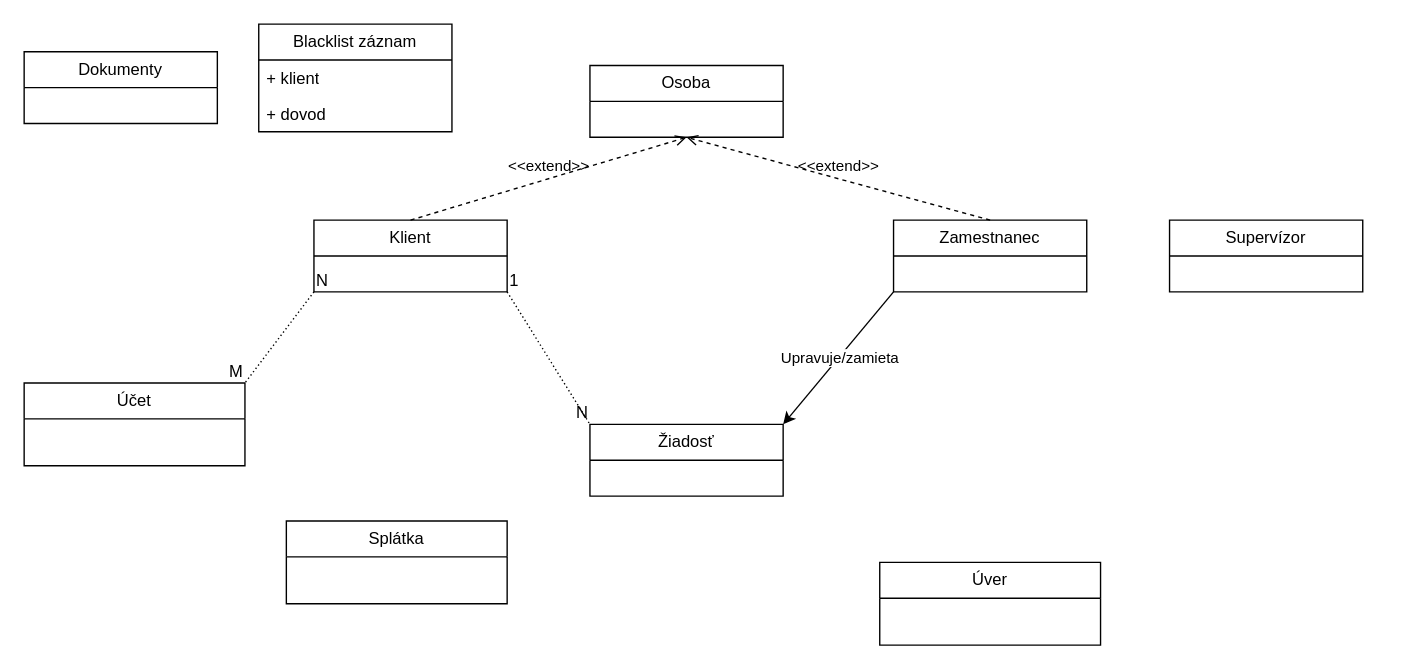
Earlier version of the draw.io diagram UML/ClassDiagram.drawio (KubkoFrano/VyvojVelkychAplikacii). Source tidied: cells renumbered, new cells numbered last; positions are measured from the earlier drawing's top-left corner, leaving out a move shared by most shapes. Both pictures are drawn from the tidied source at 138%, with x=0, y=0 at pixel (23, 23).
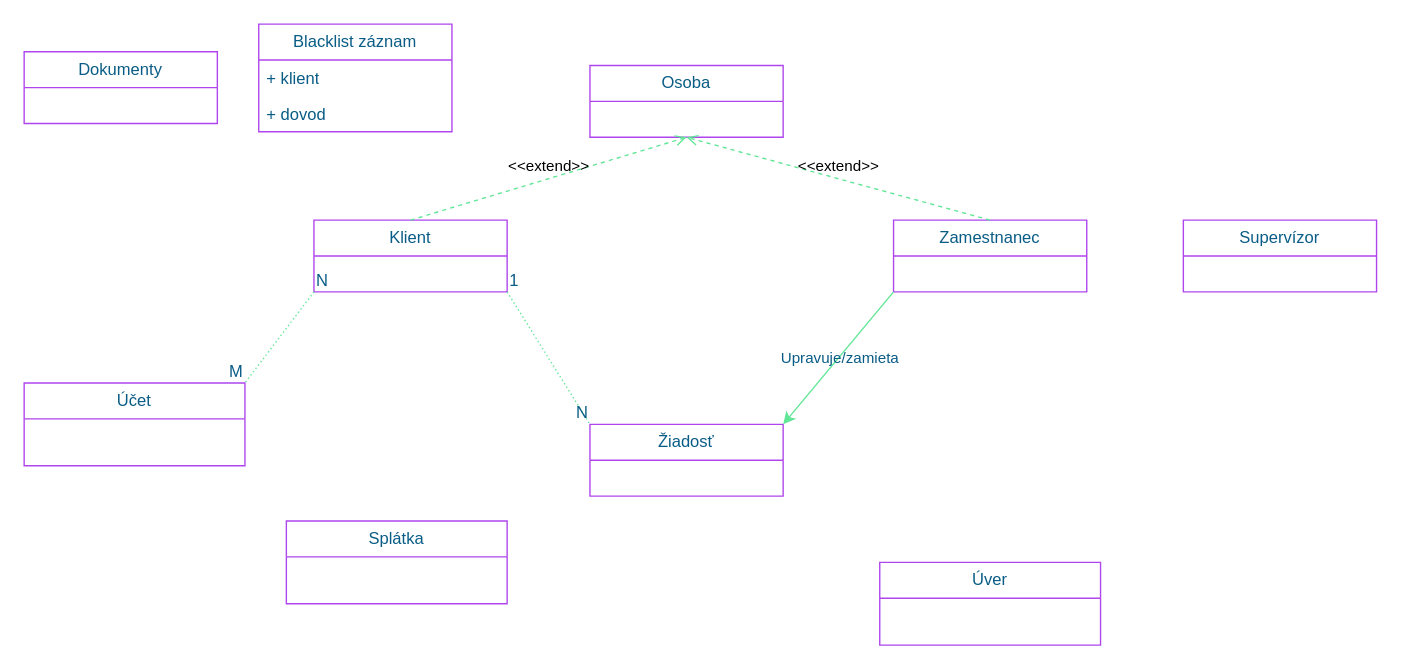
Above is the later version.

What changed in the source:
```diff
@@
-    <mxCell id="2" value="Klient" style="swimlane;fontStyle=0;horizontal=1;startSize=26;fillColor=none;whiteSpace=wrap;html=1;" parent="1" vertex="1">
+    <mxCell id="2" value="Klient" style="swimlane;fontStyle=0;horizontal=1;startSize=26;fillColor=none;whiteSpace=wrap;html=1;labelBackgroundColor=none;strokeColor=#AF45ED;fontColor=#095C86;" parent="1" vertex="1">
       <mxGeometry x="210" y="142" width="140" height="52" as="geometry" />
     </mxCell>
-    <mxCell id="3" value="Žiadosť" style="swimlane;fontStyle=0;horizontal=1;startSize=26;fillColor=none;whiteSpace=wrap;html=1;" parent="1" vertex="1">
+    <mxCell id="3" value="Žiadosť" style="swimlane;fontStyle=0;horizontal=1;startSize=26;fillColor=none;whiteSpace=wrap;html=1;labelBackgroundColor=none;strokeColor=#AF45ED;fontColor=#095C86;" parent="1" vertex="1">
       <mxGeometry x="410" y="290" width="140" height="52" as="geometry" />
     </mxCell>
-    <mxCell id="4" value="Dokumenty" style="swimlane;fontStyle=0;horizontal=1;startSize=26;fillColor=none;whiteSpace=wrap;html=1;" parent="1" vertex="1">
+    <mxCell id="4" value="Dokumenty" style="swimlane;fontStyle=0;horizontal=1;startSize=26;fillColor=none;whiteSpace=wrap;html=1;labelBackgroundColor=none;strokeColor=#AF45ED;fontColor=#095C86;" parent="1" vertex="1">
       <mxGeometry y="20" width="140" height="52" as="geometry" />
     </mxCell>
-    <mxCell id="5" value="Blacklist záznam" style="swimlane;fontStyle=0;horizontal=1;startSize=26;fillColor=none;whiteSpace=wrap;html=1;" parent="1" vertex="1">
+    <mxCell id="5" value="Blacklist záznam" style="swimlane;fontStyle=0;horizontal=1;startSize=26;fillColor=none;whiteSpace=wrap;html=1;labelBackgroundColor=none;strokeColor=#AF45ED;fontColor=#095C86;" parent="1" vertex="1">
       <mxGeometry x="170" width="140" height="78" as="geometry" />
     </mxCell>
-    <mxCell id="6" value="+ klient" style="text;strokeColor=none;fillColor=none;align=left;verticalAlign=top;spacingLeft=4;spacingRight=4;overflow=hidden;whiteSpace=wrap;html=1;" parent="5" vertex="1">
+    <mxCell id="6" value="+ klient" style="text;strokeColor=none;fillColor=none;align=left;verticalAlign=top;spacingLeft=4;spacingRight=4;overflow=hidden;whiteSpace=wrap;html=1;labelBackgroundColor=none;fontColor=#095C86;" parent="5" vertex="1">
       <mxGeometry y="26" width="140" height="26" as="geometry" />
     </mxCell>
-    <mxCell id="7" value="+ dovod" style="text;strokeColor=none;fillColor=none;align=left;verticalAlign=top;spacingLeft=4;spacingRight=4;overflow=hidden;whiteSpace=wrap;html=1;" parent="5" vertex="1">
+    <mxCell id="7" value="+ dovod" style="text;strokeColor=none;fillColor=none;align=left;verticalAlign=top;spacingLeft=4;spacingRight=4;overflow=hidden;whiteSpace=wrap;html=1;labelBackgroundColor=none;fontColor=#095C86;" parent="5" vertex="1">
       <mxGeometry y="52" width="140" height="26" as="geometry" />
     </mxCell>
-    <mxCell id="8" value="Zamestnanec" style="swimlane;fontStyle=0;horizontal=1;startSize=26;fillColor=none;whiteSpace=wrap;html=1;" parent="1" vertex="1">
+    <mxCell id="8" value="Zamestnanec" style="swimlane;fontStyle=0;horizontal=1;startSize=26;fillColor=none;whiteSpace=wrap;html=1;labelBackgroundColor=none;strokeColor=#AF45ED;fontColor=#095C86;" parent="1" vertex="1">
       <mxGeometry x="630" y="142" width="140" height="52" as="geometry" />
     </mxCell>
-    <mxCell id="9" value="Osoba" style="swimlane;fontStyle=0;horizontal=1;startSize=26;fillColor=none;whiteSpace=wrap;html=1;" parent="1" vertex="1">
+    <mxCell id="9" value="Osoba" style="swimlane;fontStyle=0;horizontal=1;startSize=26;fillColor=none;whiteSpace=wrap;html=1;labelBackgroundColor=none;strokeColor=#AF45ED;fontColor=#095C86;" parent="1" vertex="1">
       <mxGeometry x="410" y="30" width="140" height="52" as="geometry" />
     </mxCell>
-    <mxCell id="10" value="&amp;lt;&amp;lt;extend&amp;gt;&amp;gt;" style="html=1;verticalAlign=bottom;labelBackgroundColor=none;endArrow=open;endFill=0;dashed=1;rounded=0;exitX=0.5;exitY=0;exitDx=0;exitDy=0;entryX=0.5;entryY=1;entryDx=0;entryDy=0;" parent="1" edge="1" source="2" target="9">
+    <mxCell id="10" value="&amp;lt;&amp;lt;extend&amp;gt;&amp;gt;" style="html=1;verticalAlign=bottom;labelBackgroundColor=none;endArrow=open;endFill=0;dashed=1;rounded=0;exitX=0.5;exitY=0;exitDx=0;exitDy=0;entryX=0.5;entryY=1;entryDx=0;entryDy=0;strokeColor=#60E696;fontColor=default;" parent="1" edge="1" source="2" target="9">
       <mxGeometry relative="1" as="geometry" />
     </mxCell>
-    <mxCell id="11" value="&amp;lt;&amp;lt;extend&amp;gt;&amp;gt;" style="html=1;verticalAlign=bottom;labelBackgroundColor=none;endArrow=open;endFill=0;dashed=1;rounded=0;exitX=0.5;exitY=0;exitDx=0;exitDy=0;" parent="1" edge="1" source="8">
+    <mxCell id="11" value="&amp;lt;&amp;lt;extend&amp;gt;&amp;gt;" style="html=1;verticalAlign=bottom;labelBackgroundColor=none;endArrow=open;endFill=0;dashed=1;rounded=0;exitX=0.5;exitY=0;exitDx=0;exitDy=0;strokeColor=#60E696;fontColor=default;" parent="1" edge="1" source="8">
       <mxGeometry relative="1" as="geometry">
         <mxPoint x="480" y="82" as="targetPoint" />
       </mxGeometry>
     </mxCell>
-    <mxCell id="12" style="endArrow=none;html=1;rounded=0;dashed=1;dashPattern=1 2;entryX=0;entryY=0;entryDx=0;entryDy=0;exitX=1;exitY=1;exitDx=0;exitDy=0;" parent="1" edge="1" source="2" target="3">
+    <mxCell id="12" style="endArrow=none;html=1;rounded=0;dashed=1;dashPattern=1 2;entryX=0;entryY=0;entryDx=0;entryDy=0;exitX=1;exitY=1;exitDx=0;exitDy=0;labelBackgroundColor=none;strokeColor=#60E696;fontColor=default;" parent="1" edge="1" source="2" target="3">
       <mxGeometry relative="1" as="geometry" />
     </mxCell>
-    <mxCell id="13" value="1" style="html=1;whiteSpace=wrap;align=left;verticalAlign=bottom;" parent="12" vertex="1">
+    <mxCell id="13" value="1" style="html=1;whiteSpace=wrap;align=left;verticalAlign=bottom;labelBackgroundColor=none;fillColor=#F694C1;strokeColor=#AF45ED;fontColor=#095C86;" parent="12" vertex="1">
       <mxGeometry x="-1" relative="1" as="geometry" />
     </mxCell>
-    <mxCell id="14" value="N" style="html=1;whiteSpace=wrap;align=right;verticalAlign=bottom;" parent="12" vertex="1">
+    <mxCell id="14" value="N" style="html=1;whiteSpace=wrap;align=right;verticalAlign=bottom;labelBackgroundColor=none;fillColor=#F694C1;strokeColor=#AF45ED;fontColor=#095C86;" parent="12" vertex="1">
       <mxGeometry x="1" relative="1" as="geometry" />
     </mxCell>
-    <mxCell id="15" style="endArrow=classic;html=1;rounded=0;exitX=0;exitY=1;exitDx=0;exitDy=0;entryX=1;entryY=0;entryDx=0;entryDy=0;" parent="1" edge="1" source="8" target="3">
+    <mxCell id="15" style="endArrow=classic;html=1;rounded=0;exitX=0;exitY=1;exitDx=0;exitDy=0;entryX=1;entryY=0;entryDx=0;entryDy=0;labelBackgroundColor=none;strokeColor=#60E696;fontColor=default;" parent="1" edge="1" source="8" target="3">
       <mxGeometry relative="1" as="geometry" />
     </mxCell>
-    <mxCell id="16" value="Upravuje/zamieta" style="edgeLabel;html=1;align=center;verticalAlign=middle;" parent="15" vertex="1">
+    <mxCell id="16" value="Upravuje/zamieta" style="edgeLabel;html=1;align=center;verticalAlign=middle;labelBackgroundColor=none;fontColor=#095C86;" parent="15" vertex="1">
       <mxGeometry relative="1" as="geometry" />
     </mxCell>
-    <mxCell id="17" value="Účet" style="swimlane;fontStyle=0;horizontal=1;startSize=26;fillColor=none;whiteSpace=wrap;html=1;" parent="1" vertex="1">
+    <mxCell id="17" value="Účet" style="swimlane;fontStyle=0;horizontal=1;startSize=26;fillColor=none;whiteSpace=wrap;html=1;labelBackgroundColor=none;strokeColor=#AF45ED;fontColor=#095C86;" parent="1" vertex="1">
       <mxGeometry y="260" width="160" height="60" as="geometry" />
     </mxCell>
-    <mxCell id="18" style="endArrow=none;html=1;rounded=0;dashed=1;dashPattern=1 2;entryX=1;entryY=0;entryDx=0;entryDy=0;exitX=0;exitY=1;exitDx=0;exitDy=0;" parent="1" edge="1" source="2" target="17">
+    <mxCell id="18" style="endArrow=none;html=1;rounded=0;dashed=1;dashPattern=1 2;entryX=1;entryY=0;entryDx=0;entryDy=0;exitX=0;exitY=1;exitDx=0;exitDy=0;labelBackgroundColor=none;strokeColor=#60E696;fontColor=default;" parent="1" edge="1" source="2" target="17">
       <mxGeometry relative="1" as="geometry" />
     </mxCell>
-    <mxCell id="19" value="N" style="html=1;whiteSpace=wrap;align=left;verticalAlign=bottom;" parent="18" vertex="1">
+    <mxCell id="19" value="N" style="html=1;whiteSpace=wrap;align=left;verticalAlign=bottom;labelBackgroundColor=none;fillColor=#F694C1;strokeColor=#AF45ED;fontColor=#095C86;" parent="18" vertex="1">
       <mxGeometry x="-1" relative="1" as="geometry" />
     </mxCell>
-    <mxCell id="20" value="M" style="html=1;whiteSpace=wrap;align=right;verticalAlign=bottom;" parent="18" vertex="1">
+    <mxCell id="20" value="M" style="html=1;whiteSpace=wrap;align=right;verticalAlign=bottom;labelBackgroundColor=none;fillColor=#F694C1;strokeColor=#AF45ED;fontColor=#095C86;" parent="18" vertex="1">
       <mxGeometry x="1" relative="1" as="geometry" />
     </mxCell>
-    <mxCell id="21" value="Splátka" style="swimlane;fontStyle=0;horizontal=1;startSize=26;fillColor=none;whiteSpace=wrap;html=1;" parent="1" vertex="1">
+    <mxCell id="21" value="Splátka" style="swimlane;fontStyle=0;horizontal=1;startSize=26;fillColor=none;whiteSpace=wrap;html=1;labelBackgroundColor=none;strokeColor=#AF45ED;fontColor=#095C86;" parent="1" vertex="1">
       <mxGeometry x="190" y="360" width="160" height="60" as="geometry" />
     </mxCell>
-    <mxCell id="22" value="Úver" style="swimlane;fontStyle=0;horizontal=1;startSize=26;fillColor=none;whiteSpace=wrap;html=1;" parent="1" vertex="1">
+    <mxCell id="22" value="Úver" style="swimlane;fontStyle=0;horizontal=1;startSize=26;fillColor=none;whiteSpace=wrap;html=1;labelBackgroundColor=none;strokeColor=#AF45ED;fontColor=#095C86;" parent="1" vertex="1">
       <mxGeometry x="620" y="390" width="160" height="60" as="geometry" />
     </mxCell>
-    <mxCell id="23" value="Supervízor" style="swimlane;fontStyle=0;horizontal=1;startSize=26;fillColor=none;whiteSpace=wrap;html=1;" parent="1" vertex="1">
-      <mxGeometry x="830" y="142" width="140" height="52" as="geometry" />
+    <mxCell id="23" value="Supervízor" style="swimlane;fontStyle=0;horizontal=1;startSize=26;fillColor=none;whiteSpace=wrap;html=1;swimlaneLine=1;glass=0;shadow=0;rounded=0;labelBackgroundColor=none;strokeColor=#AF45ED;fontColor=#095C86;" parent="1" vertex="1">
+      <mxGeometry x="840" y="142" width="140" height="52" as="geometry" />
     </mxCell>
```
